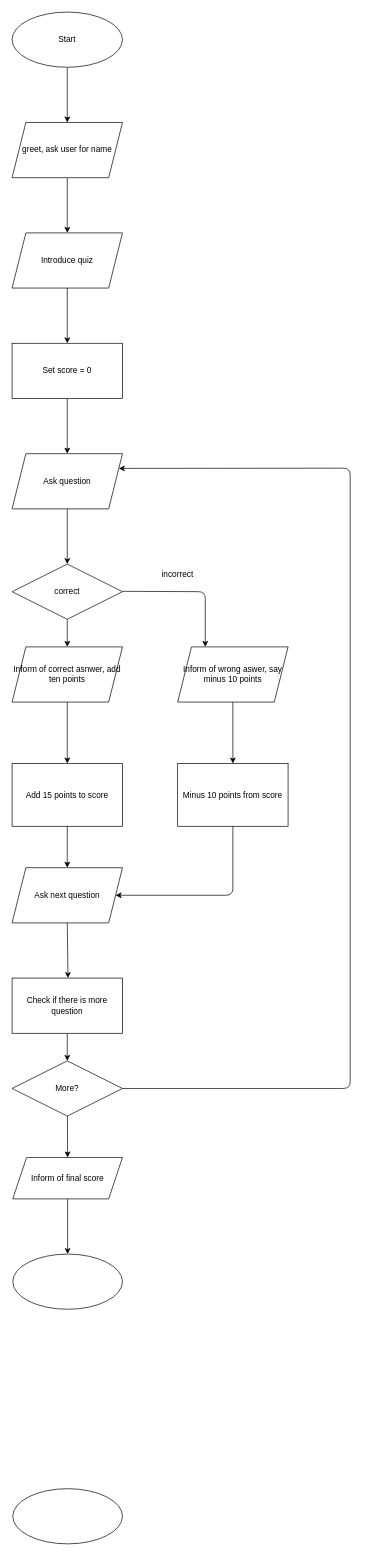
ASDAH-Digtal/level-1-python-quiz-tevita-man keeps this draw.io diagram as main/fLOW CHART.drawio. Above is the earlier version. Source tidied: cells renumbered, new cells numbered last; positions are measured from the earlier drawing's top-left corner, leaving out a move shared by most shapes. Both pictures are drawn from the tidied source at 69%, with x=0, y=0 at pixel (12, 12).
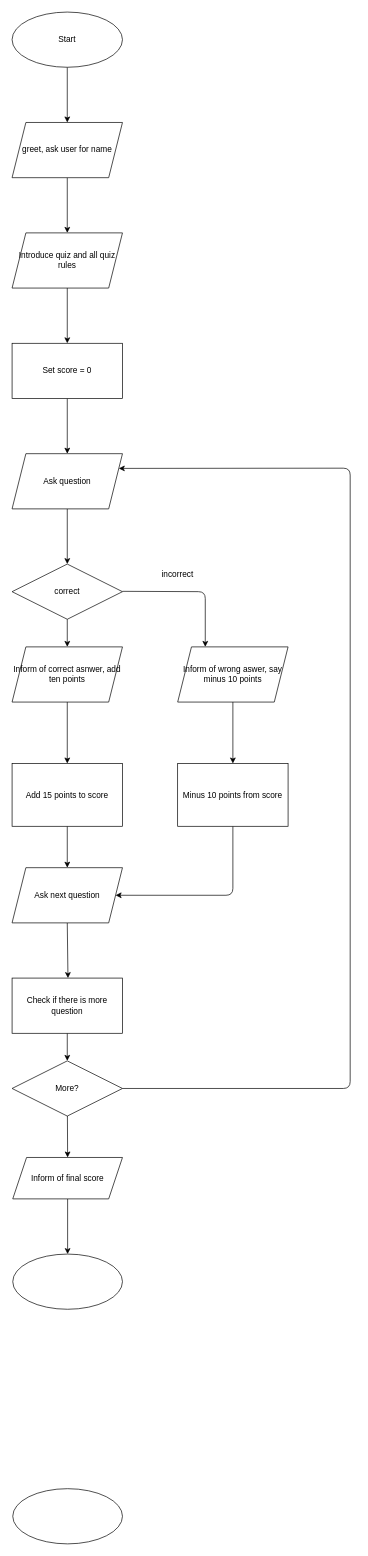
After the change.

Commit message:
Edited flow chart

Diff of the diagram source:
```diff
@@
-    <mxCell id="7" value="Introduce quiz" style="shape=parallelogram;perimeter=parallelogramPerimeter;whiteSpace=wrap;html=1;fixedSize=1;" parent="1" vertex="1">
+    <mxCell id="7" value="Introduce quiz and all quiz rules" style="shape=parallelogram;perimeter=parallelogramPerimeter;whiteSpace=wrap;html=1;fixedSize=1;" parent="1" vertex="1">
       <mxGeometry y="320" width="160" height="80" as="geometry" />
     </mxCell>
```
